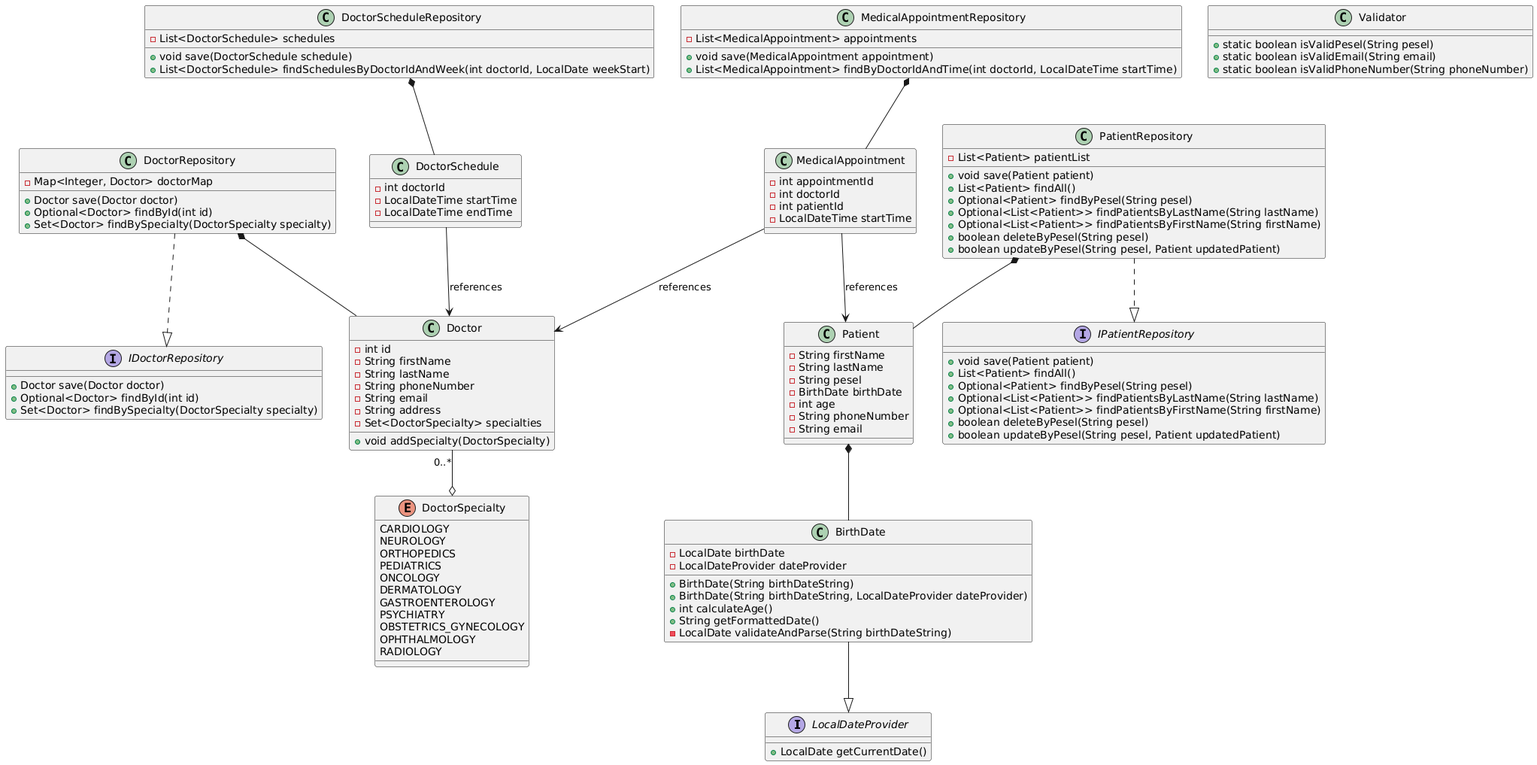
Above: Documents/class_diagram.png in jaroslawroszyk/MediClinicManager (PlantUML), before the change.
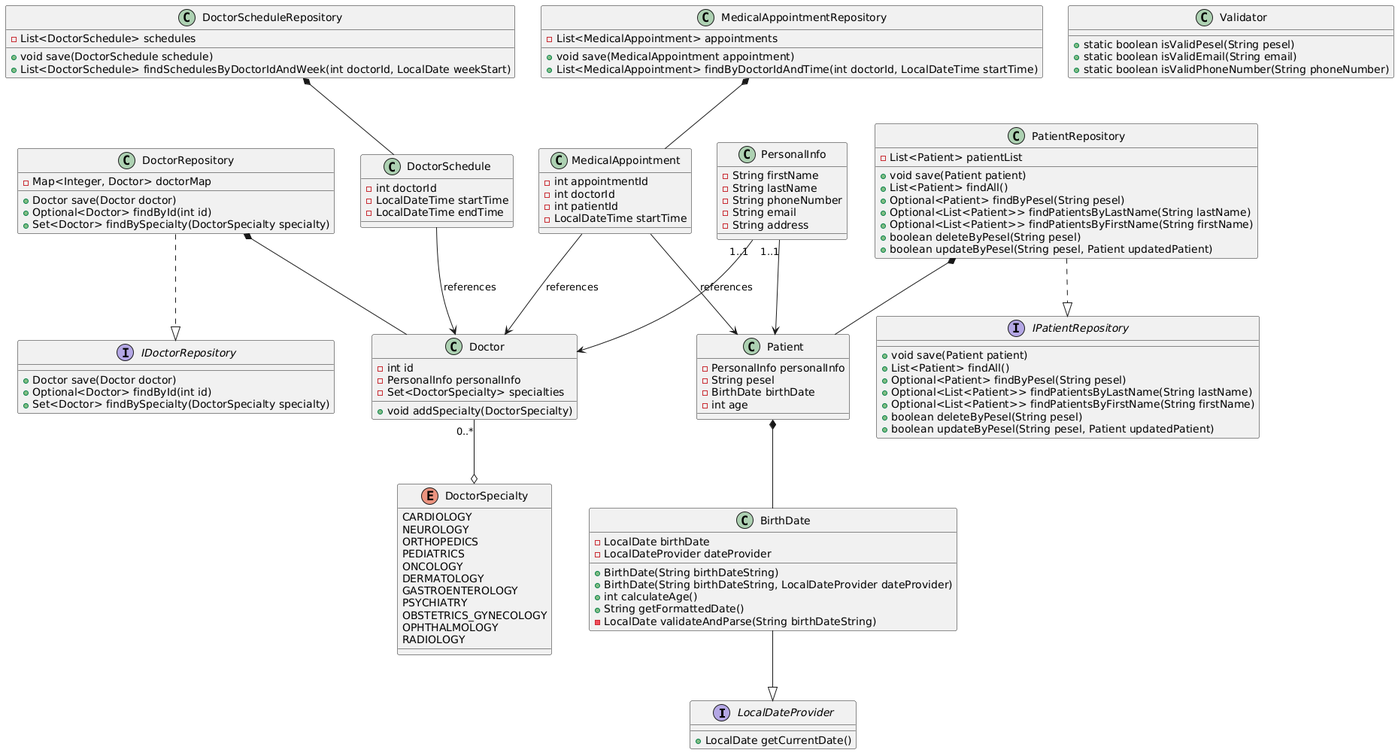
The same file after the commit.

Diff of the diagram source:
```diff
@@ -1,6 +1,14 @@
 @startuml
 interface LocalDateProvider {
     +LocalDate getCurrentDate()
+}
+
+class PersonalInfo {
+ -String firstName
+ -String lastName
+ -String phoneNumber
+ -String email
+ -String address
 }
 
 class BirthDate {
@@ -15,11 +23,7 @@
 
 class Doctor {
     -int id
-    -String firstName
-    -String lastName
-    -String phoneNumber
-    -String email
-    -String address
+    -PersonalInfo personalInfo
     -Set<DoctorSpecialty> specialties
     +void addSpecialty(DoctorSpecialty)
 }
@@ -38,13 +42,10 @@
 }
 
 class Patient {
-    -String firstName
-    -String lastName
+    -PersonalInfo personalInfo
     -String pesel
     -BirthDate birthDate
     -int age
-    -String phoneNumber
-    -String email
 }
 
 class Validator {
@@ -124,6 +125,9 @@
 DoctorRepository ..|> IDoctorRepository
 PatientRepository ..|> IPatientRepository
 
+PersonalInfo "1..1" --> Doctor
+PersonalInfo "1..1" --> Patient
+
 DoctorRepository *-- Doctor
 DoctorScheduleRepository *-- DoctorSchedule
 MedicalAppointmentRepository *-- MedicalAppointment
```
